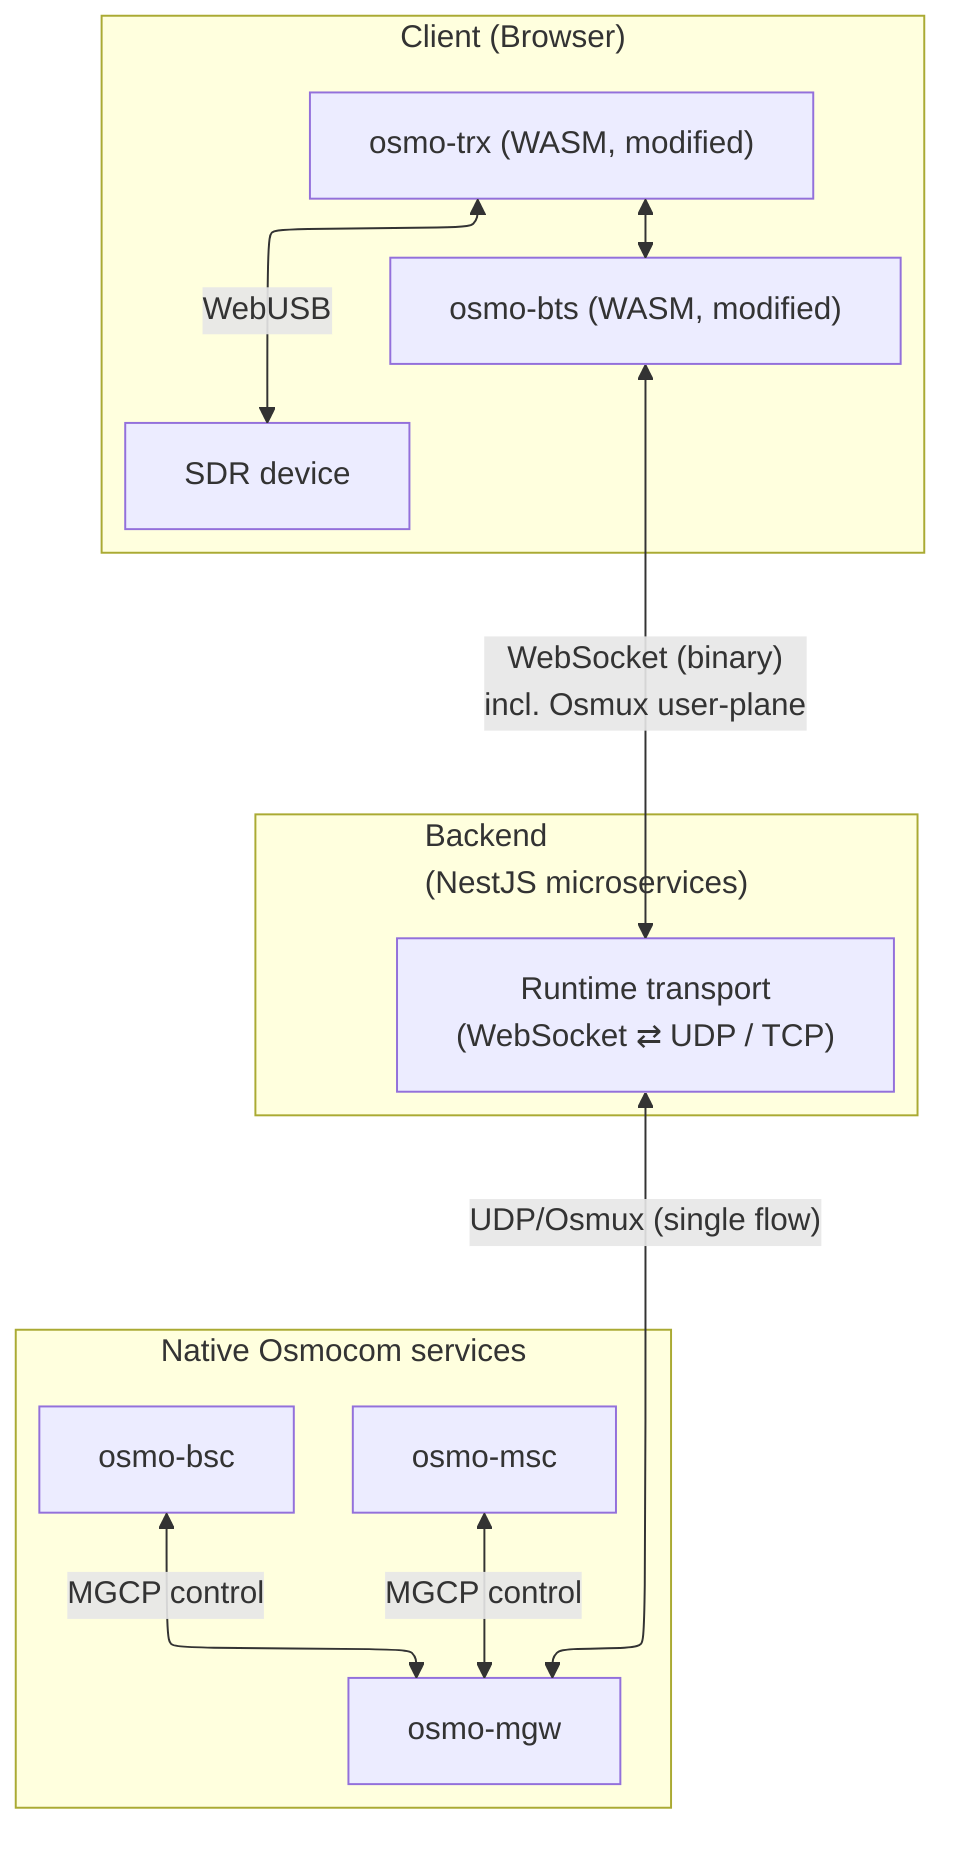
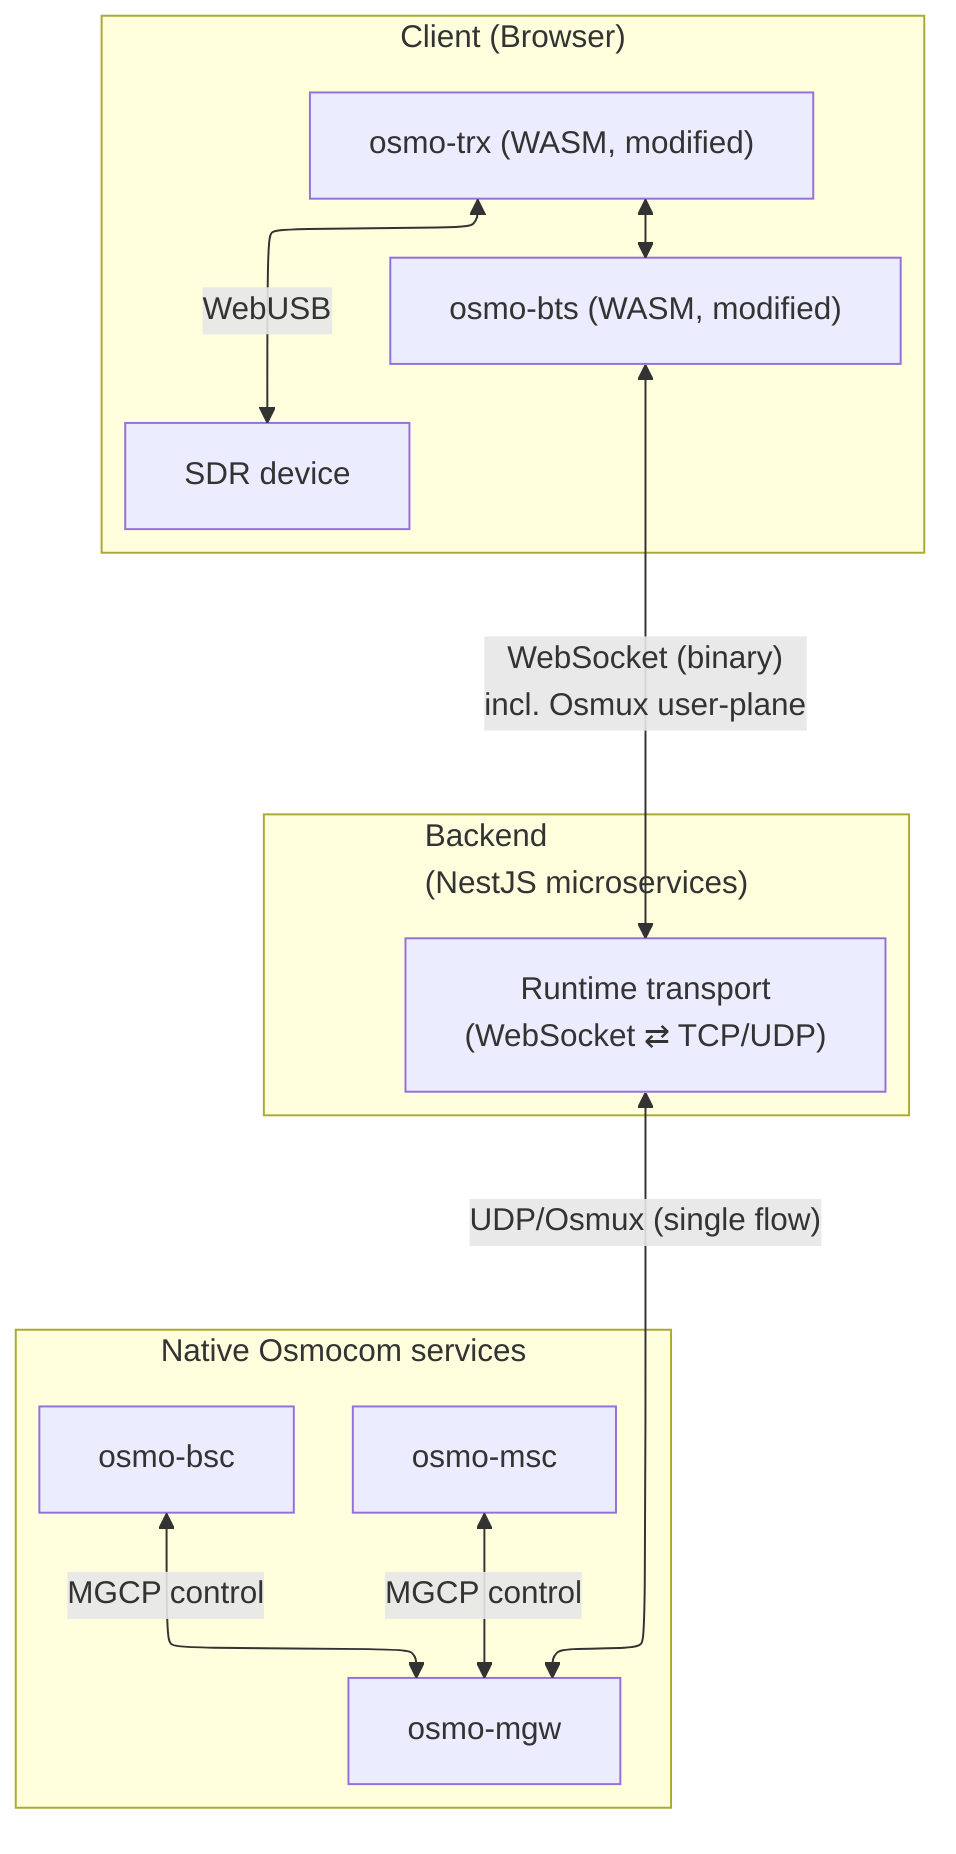
---
config:
  layout: elk
---
flowchart TB
  subgraph Browser["Client (Browser)"]
    TRX["osmo-trx (WASM, modified)"]
    BTS["osmo-bts (WASM, modified)"]
    SDR["SDR device"]
    TRX <--> BTS
    TRX <--> |"WebUSB"| SDR
  end

  subgraph Backend["Backend<br/>(NestJS microservices)"]
    DUMMY(" ")
-     RTS["Runtime transport<br/>(WebSocket ⇄ UDP / TCP)"]
+     RTS["Runtime transport<br/>(WebSocket ⇄ TCP/UDP)"]
    style DUMMY fill:transparent,stroke:transparent
  end

  subgraph Osmocom["Native Osmocom services"]
    MGW["osmo-mgw"]
    MSC["osmo-msc"]
    BSC["osmo-bsc"]
  end

  BTS <--> |"WebSocket (binary)<br/>incl. Osmux user-plane"| RTS
  RTS <--> |"UDP/Osmux (single flow)"| MGW

  MSC <--> |"MGCP control"| MGW
  BSC <--> |"MGCP control"| MGW
